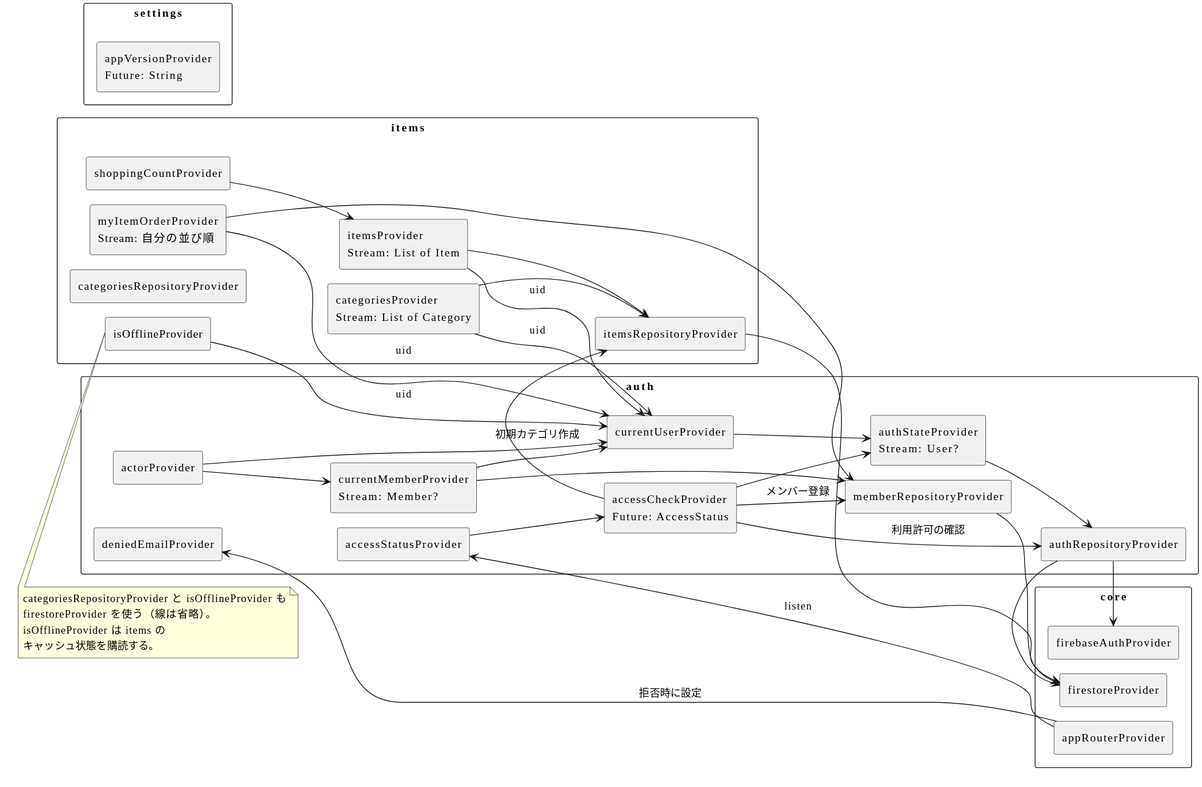
Earlier version of the PlantUML export design/architecture/diagrams/providers.svg (LASC-SINCE2015/LivingManager).
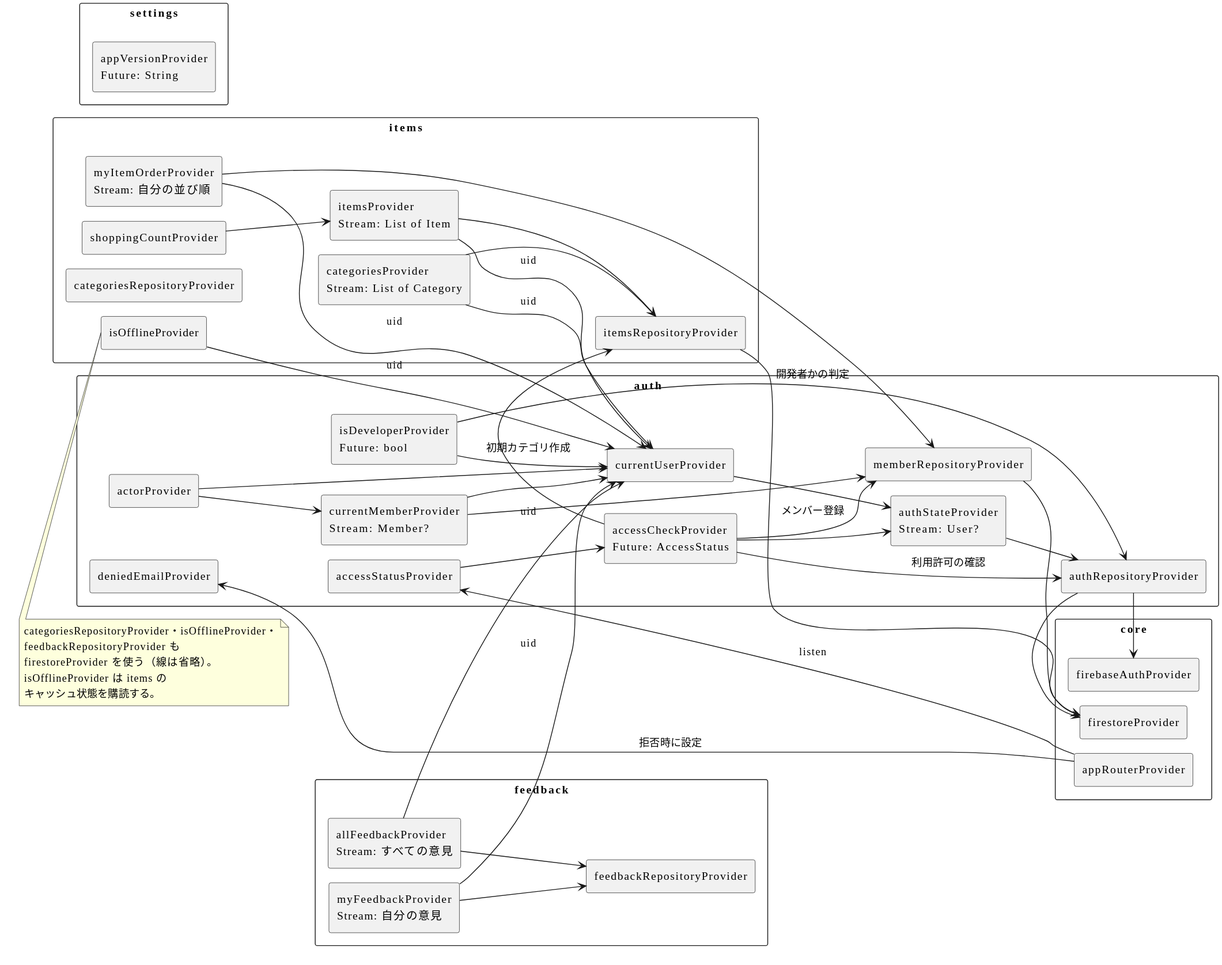
The same diagram one commit later.

The edit, as a diff of the source:
```diff
@@ -19,6 +19,7 @@
   rectangle "deniedEmailProvider" as deniedEmail
   rectangle "currentMemberProvider\nStream: Member?" as currentMember
   rectangle "actorProvider" as actor
+  rectangle "isDeveloperProvider\nFuture: bool" as isDev
 }
 
 rectangle "items" {
@@ -33,6 +34,12 @@
 
 rectangle "settings" {
   rectangle "appVersionProvider\nFuture: String" as version
+}
+
+rectangle "feedback" {
+  rectangle "feedbackRepositoryProvider" as fbRepo
+  rectangle "myFeedbackProvider\nStream: 自分の意見" as myFb
+  rectangle "allFeedbackProvider\nStream: すべての意見" as allFb
 }
 
 authRepo --> fa
@@ -60,11 +67,18 @@
 myOrder --> currentUser : uid
 myOrder --> memberRepo
 offline --> currentUser : uid
+isDev --> currentUser
+isDev --> authRepo : 開発者かの判定
+myFb --> currentUser : uid
+myFb --> fbRepo
+allFb --> currentUser : uid
+allFb --> fbRepo
 
 router --> accessStatus : listen
 router --> deniedEmail : 拒否時に設定
 note bottom of offline
-  categoriesRepositoryProvider と isOfflineProvider も
+  categoriesRepositoryProvider・isOfflineProvider・
+  feedbackRepositoryProvider も
   firestoreProvider を使う（線は省略）。
   isOfflineProvider は items の
   キャッシュ状態を購読する。
```
